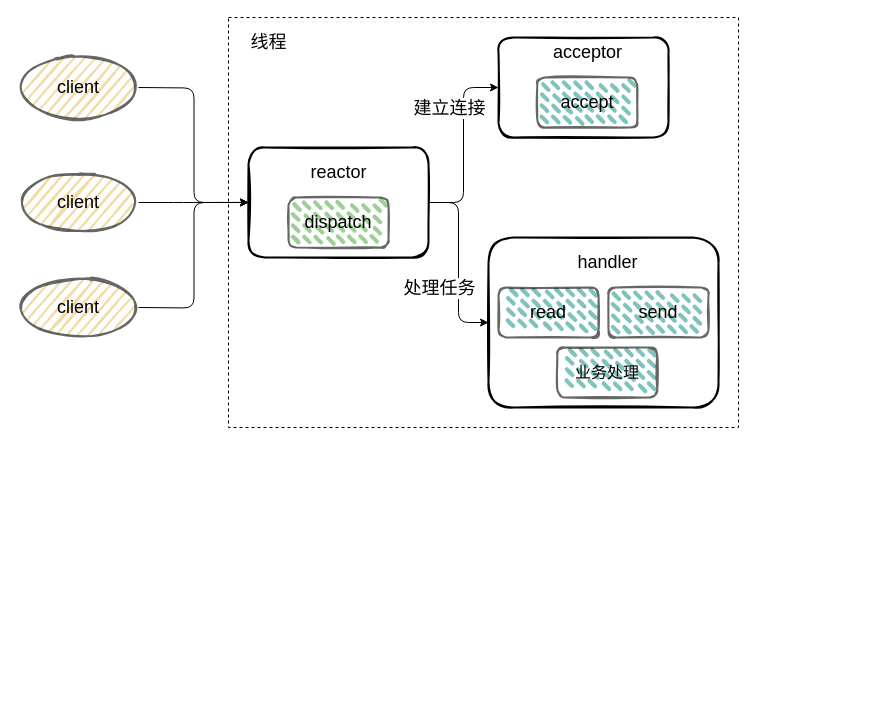
This is page "reactor-2" (2 of 29) of redis/redis.drawio from boilingfrog/Go-POINT, a draw.io file, before an edit. Source tidied: cells renumbered, new cells numbered last; positions are measured from the earlier drawing's top-left corner, leaving out a move shared by most shapes. Both pictures are drawn from the tidied source at 100%, with x=0, y=0 at pixel (18, 17).
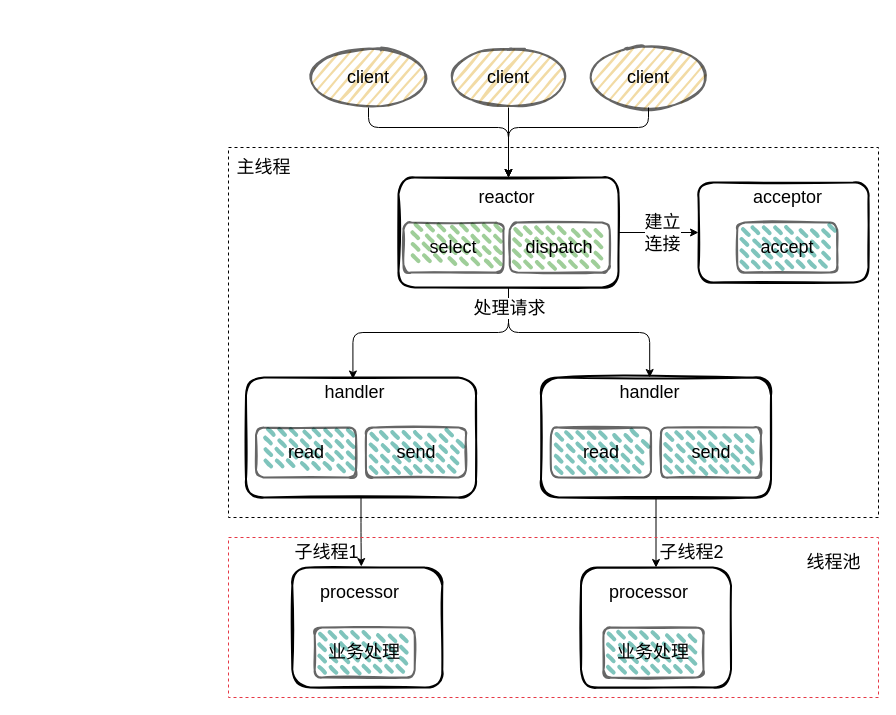
After the change.

The change refers to these unchanged cells:
```xml
<mxCell id="4" style="edgeStyle=orthogonalEdgeStyle;html=1;entryX=0;entryY=0.5;entryDx=0;entryDy=0;fontSize=18;startArrow=none;startFill=0;" parent="1" edge="1" source="8" target="16">
  <mxGeometry relative="1" as="geometry" />
</mxCell>
```

The edit, as a diff of the source:
```diff
@@
     <mxCell id="2" style="verticalLabelPosition=bottom;verticalAlign=top;html=1;shape=mxgraph.basic.rect;fillColor2=none;strokeWidth=1;size=20;indent=5;fillColor=none;dashed=1;" parent="1" vertex="1">
-      <mxGeometry x="210" width="510" height="410" as="geometry" />
+      <mxGeometry x="210" y="130" width="650" height="370" as="geometry" />
     </mxCell>
-    <mxCell id="3" style="edgeStyle=orthogonalEdgeStyle;html=1;entryX=0;entryY=0.5;entryDx=0;entryDy=0;fontSize=18;" parent="1" edge="1" target="8">
-      <mxGeometry relative="1" as="geometry">
-        <mxPoint x="120" y="70" as="sourcePoint" />
-      </mxGeometry>
-    </mxCell>
@@
-    <mxCell id="5" value="建立连接" style="edgeLabel;html=1;align=center;verticalAlign=middle;fontSize=18;" parent="4" vertex="1">
-      <mxGeometry x="0.16" y="-2" relative="1" as="geometry">
-        <mxPoint x="-17" y="-23" as="offset" />
-      </mxGeometry>
-    </mxCell>
-    <mxCell id="6" style="edgeStyle=orthogonalEdgeStyle;html=1;entryX=0;entryY=0.5;entryDx=0;entryDy=0;fontSize=18;startArrow=none;startFill=0;" parent="1" edge="1" source="8" target="17">
-      <mxGeometry relative="1" as="geometry" />
-    </mxCell>
-    <mxCell id="7" value="处理任务" style="edgeLabel;html=1;align=center;verticalAlign=middle;fontSize=18;" parent="6" vertex="1">
-      <mxGeometry x="0.3" y="-1" relative="1" as="geometry">
-        <mxPoint x="-19" y="-2" as="offset" />
-      </mxGeometry>
-    </mxCell>
+    <mxCell id="25" value="建立&lt;br&gt;连接" style="edgeLabel;html=1;align=center;verticalAlign=middle;fontSize=18;" parent="4" vertex="1">
+      <mxGeometry x="-0.2" relative="1" as="geometry">
+        <mxPoint x="11" as="offset" />
+      </mxGeometry>
+    </mxCell>
+    <mxCell id="26" style="edgeStyle=orthogonalEdgeStyle;html=1;entryX=0.478;entryY=0.05;entryDx=0;entryDy=0;entryPerimeter=0;fontSize=18;startArrow=none;startFill=0;exitX=0.5;exitY=1;exitDx=0;exitDy=0;" parent="1" edge="1" source="8" target="20">
+      <mxGeometry relative="1" as="geometry" />
+    </mxCell>
     <mxCell id="8" style="rounded=1;whiteSpace=wrap;html=1;strokeWidth=2;fillWeight=2;hachureGap=8;hachureAngle=45;fillColor=none;sketch=1;fontSize=16;fillStyle=dots;" parent="1" vertex="1">
-      <mxGeometry x="230" y="130" width="180" height="110" as="geometry" />
+      <mxGeometry x="380" y="160" width="220" height="110" as="geometry" />
     </mxCell>
-    <mxCell id="9" style="edgeStyle=orthogonalEdgeStyle;html=1;entryX=0;entryY=0.5;entryDx=0;entryDy=0;fontSize=18;" parent="1" edge="1" target="8">
-      <mxGeometry relative="1" as="geometry">
-        <mxPoint x="120" y="290" as="sourcePoint" />
-      </mxGeometry>
-    </mxCell>
+    <mxCell id="27" style="edgeStyle=orthogonalEdgeStyle;html=1;entryX=0.5;entryY=0;entryDx=0;entryDy=0;fontSize=18;startArrow=none;startFill=0;" parent="1" edge="1" source="10" target="8">
+      <mxGeometry relative="1" as="geometry">
+        <Array as="points">
+          <mxPoint x="630" y="110" />
+          <mxPoint x="490" y="110" />
+        </Array>
+      </mxGeometry>
+    </mxCell>
     <mxCell id="10" value="&lt;font style=&quot;font-size: 18px&quot;&gt;client&lt;/font&gt;" style="ellipse;whiteSpace=wrap;html=1;strokeWidth=2;fillWeight=2;hachureGap=8;fillColor=#E9C46A;fillStyle=dots;sketch=1;fontSize=16;opacity=60;" parent="1" vertex="1">
-      <mxGeometry y="40" width="120" height="60" as="geometry" />
+      <mxGeometry x="570" y="30" width="120" height="60" as="geometry" />
     </mxCell>
-    <mxCell id="11" style="edgeStyle=orthogonalEdgeStyle;html=1;entryX=0.039;entryY=0.451;entryDx=0;entryDy=0;entryPerimeter=0;fontSize=18;startArrow=none;startFill=0;" parent="1" edge="1" source="12" target="2">
-      <mxGeometry relative="1" as="geometry" />
-    </mxCell>
+    <mxCell id="28" style="edgeStyle=orthogonalEdgeStyle;html=1;entryX=0.5;entryY=0;entryDx=0;entryDy=0;fontSize=18;startArrow=none;startFill=0;" parent="1" edge="1" source="12" target="8">
+      <mxGeometry relative="1" as="geometry" />
+    </mxCell>
     <mxCell id="12" value="&lt;font style=&quot;font-size: 18px&quot;&gt;client&lt;/font&gt;" style="ellipse;whiteSpace=wrap;html=1;strokeWidth=2;fillWeight=2;hachureGap=8;fillColor=#E9C46A;fillStyle=dots;sketch=1;fontSize=16;opacity=60;" parent="1" vertex="1">
-      <mxGeometry y="155" width="120" height="60" as="geometry" />
+      <mxGeometry x="430" y="30" width="120" height="60" as="geometry" />
     </mxCell>
+    <mxCell id="29" style="edgeStyle=orthogonalEdgeStyle;html=1;entryX=0.5;entryY=0;entryDx=0;entryDy=0;fontSize=18;startArrow=none;startFill=0;" parent="1" edge="1" source="13" target="8">
+      <mxGeometry relative="1" as="geometry">
+        <Array as="points">
+          <mxPoint x="350" y="110" />
+          <mxPoint x="490" y="110" />
+        </Array>
+      </mxGeometry>
+    </mxCell>
     <mxCell id="13" value="&lt;font style=&quot;font-size: 18px&quot;&gt;client&lt;/font&gt;" style="ellipse;whiteSpace=wrap;html=1;strokeWidth=2;fillWeight=2;hachureGap=8;fillColor=#E9C46A;fillStyle=dots;sketch=1;fontSize=16;opacity=60;" parent="1" vertex="1">
-      <mxGeometry y="260" width="120" height="60" as="geometry" />
+      <mxGeometry x="290" y="30" width="120" height="60" as="geometry" />
     </mxCell>
+    <mxCell id="30" style="edgeStyle=orthogonalEdgeStyle;html=1;fontSize=18;startArrow=none;startFill=0;exitX=0.5;exitY=1;exitDx=0;exitDy=0;" parent="1" edge="1" source="8" target="35">
+      <mxGeometry relative="1" as="geometry" />
+    </mxCell>
+    <mxCell id="31" value="处理请求" style="edgeLabel;html=1;align=center;verticalAlign=middle;fontSize=18;" parent="30" vertex="1">
+      <mxGeometry x="-0.76" y="1" relative="1" as="geometry">
+        <mxPoint x="-1" y="-8" as="offset" />
+      </mxGeometry>
+    </mxCell>
     <mxCell id="14" value="&lt;font style=&quot;font-size: 18px&quot;&gt;dispatch&lt;/font&gt;" style="rounded=1;whiteSpace=wrap;html=1;fontSize=16;fillColor=#5FAD56;strokeWidth=2;fillWeight=4;hachureGap=8;fillStyle=dashed;sketch=1;hachureAngle=45;opacity=60;" parent="1" vertex="1">
-      <mxGeometry x="270" y="180" width="100" height="50" as="geometry" />
+      <mxGeometry x="491.2" y="205" width="100" height="50" as="geometry" />
     </mxCell>
     <mxCell id="15" value="reactor" style="text;html=1;align=center;verticalAlign=middle;strokeColor=none;fillColor=none;fontSize=18;" parent="1" vertex="1">
-      <mxGeometry x="285" y="140" width="70" height="30" as="geometry" />
+      <mxGeometry x="452.5" y="165" width="70" height="30" as="geometry" />
     </mxCell>
     <mxCell id="16" style="rounded=1;whiteSpace=wrap;html=1;strokeWidth=2;fillWeight=2;hachureGap=8;hachureAngle=45;fillColor=none;sketch=1;fontSize=16;fillStyle=dots;" parent="1" vertex="1">
-      <mxGeometry x="480" y="20" width="170" height="100" as="geometry" />
+      <mxGeometry x="680" y="165" width="170" height="100" as="geometry" />
     </mxCell>
+    <mxCell id="32" style="edgeStyle=orthogonalEdgeStyle;html=1;entryX=0.46;entryY=-0.008;entryDx=0;entryDy=0;entryPerimeter=0;fontSize=18;startArrow=none;startFill=0;" parent="1" edge="1" source="17" target="38">
+      <mxGeometry relative="1" as="geometry" />
+    </mxCell>
     <mxCell id="17" style="rounded=1;whiteSpace=wrap;html=1;strokeWidth=2;fillWeight=2;hachureGap=8;hachureAngle=45;fillColor=none;sketch=1;fontSize=16;fillStyle=dots;" parent="1" vertex="1">
-      <mxGeometry x="470" y="220" width="230" height="170" as="geometry" />
+      <mxGeometry x="227.5" y="360" width="230" height="120" as="geometry" />
     </mxCell>
     <mxCell id="18" value="&lt;font style=&quot;font-size: 18px&quot;&gt;accept&lt;/font&gt;" style="rounded=1;whiteSpace=wrap;html=1;fontSize=16;fillColor=#2A9D8F;strokeWidth=2;fillWeight=4;hachureGap=8;fillStyle=dashed;sketch=1;hachureAngle=45;opacity=60;" parent="1" vertex="1">
-      <mxGeometry x="518.8" y="60" width="100" height="50" as="geometry" />
+      <mxGeometry x="718.8" y="205" width="100" height="50" as="geometry" />
     </mxCell>
     <mxCell id="19" value="acceptor" style="text;html=1;align=center;verticalAlign=middle;strokeColor=none;fillColor=none;fontSize=18;" parent="1" vertex="1">
-      <mxGeometry x="528.8" y="20" width="80" height="30" as="geometry" />
+      <mxGeometry x="728.8" y="165" width="80" height="30" as="geometry" />
     </mxCell>
     <mxCell id="20" value="handler" style="text;html=1;align=center;verticalAlign=middle;points=[];strokeColor=none;fillColor=none;fontSize=18;" parent="1" vertex="1">
-      <mxGeometry x="548.8" y="230" width="80" height="30" as="geometry" />
+      <mxGeometry x="296.2" y="360" width="80" height="30" as="geometry" />
     </mxCell>
     <mxCell id="21" value="&lt;font style=&quot;font-size: 18px&quot;&gt;read&lt;/font&gt;" style="rounded=1;whiteSpace=wrap;html=1;fontSize=16;fillColor=#2A9D8F;strokeWidth=2;fillWeight=4;hachureGap=8;fillStyle=dashed;sketch=1;hachureAngle=45;opacity=60;" parent="1" vertex="1">
-      <mxGeometry x="480" y="270" width="100" height="50" as="geometry" />
+      <mxGeometry x="237.5" y="410" width="100" height="50" as="geometry" />
     </mxCell>
-    <mxCell id="22" value="业务处理" style="rounded=1;whiteSpace=wrap;html=1;fontSize=16;fillColor=#2A9D8F;strokeWidth=2;fillWeight=4;hachureGap=8;fillStyle=dashed;sketch=1;hachureAngle=45;opacity=60;" parent="1" vertex="1">
-      <mxGeometry x="538.8" y="330" width="100" height="50" as="geometry" />
-    </mxCell>
     <mxCell id="23" value="&lt;font style=&quot;font-size: 18px&quot;&gt;send&lt;/font&gt;" style="rounded=1;whiteSpace=wrap;html=1;fontSize=16;fillColor=#2A9D8F;strokeWidth=2;fillWeight=4;hachureGap=8;fillStyle=dashed;sketch=1;hachureAngle=45;opacity=60;" parent="1" vertex="1">
-      <mxGeometry x="590" y="270" width="100" height="50" as="geometry" />
+      <mxGeometry x="347.5" y="410" width="100" height="50" as="geometry" />
     </mxCell>
-    <mxCell id="24" value="线程" style="text;html=1;align=center;verticalAlign=middle;strokeColor=none;fillColor=none;fontSize=18;" parent="1" vertex="1">
-      <mxGeometry x="225" y="10" width="50" height="30" as="geometry" />
-    </mxCell>
+    <mxCell id="33" style="edgeStyle=orthogonalEdgeStyle;html=1;fontSize=18;startArrow=none;startFill=0;" parent="1" edge="1" source="34" target="41">
+      <mxGeometry relative="1" as="geometry" />
+    </mxCell>
+    <mxCell id="34" style="rounded=1;whiteSpace=wrap;html=1;strokeWidth=2;fillWeight=2;hachureGap=8;hachureAngle=45;fillColor=none;sketch=1;fontSize=16;fillStyle=dots;" parent="1" vertex="1">
+      <mxGeometry x="522.5" y="360" width="230" height="120" as="geometry" />
+    </mxCell>
+    <mxCell id="35" value="handler" style="text;html=1;align=center;verticalAlign=middle;points=[];strokeColor=none;fillColor=none;fontSize=18;" parent="1" vertex="1">
+      <mxGeometry x="591.2" y="360" width="80" height="30" as="geometry" />
+    </mxCell>
+    <mxCell id="36" value="&lt;font style=&quot;font-size: 18px&quot;&gt;read&lt;/font&gt;" style="rounded=1;whiteSpace=wrap;html=1;fontSize=16;fillColor=#2A9D8F;strokeWidth=2;fillWeight=4;hachureGap=8;fillStyle=dashed;sketch=1;hachureAngle=45;opacity=60;" parent="1" vertex="1">
+      <mxGeometry x="532.5" y="410" width="100" height="50" as="geometry" />
+    </mxCell>
+    <mxCell id="37" value="&lt;font style=&quot;font-size: 18px&quot;&gt;send&lt;/font&gt;" style="rounded=1;whiteSpace=wrap;html=1;fontSize=16;fillColor=#2A9D8F;strokeWidth=2;fillWeight=4;hachureGap=8;fillStyle=dashed;sketch=1;hachureAngle=45;opacity=60;" parent="1" vertex="1">
+      <mxGeometry x="642.5" y="410" width="100" height="50" as="geometry" />
+    </mxCell>
+    <mxCell id="38" style="rounded=1;whiteSpace=wrap;html=1;strokeWidth=2;fillWeight=2;hachureGap=8;hachureAngle=45;fillColor=none;sketch=1;fontSize=16;fillStyle=dots;" parent="1" vertex="1">
+      <mxGeometry x="273.8" y="550" width="150" height="120" as="geometry" />
+    </mxCell>
+    <mxCell id="39" value="&lt;font style=&quot;font-size: 18px&quot;&gt;业务处理&lt;/font&gt;" style="rounded=1;whiteSpace=wrap;html=1;fontSize=16;fillColor=#2A9D8F;strokeWidth=2;fillWeight=4;hachureGap=8;fillStyle=dashed;sketch=1;hachureAngle=45;opacity=60;" parent="1" vertex="1">
+      <mxGeometry x="296.2" y="610" width="100" height="50" as="geometry" />
+    </mxCell>
+    <mxCell id="40" value="processor" style="text;html=1;align=center;verticalAlign=middle;strokeColor=none;fillColor=none;fontSize=18;" parent="1" vertex="1">
+      <mxGeometry x="296.2" y="560" width="90" height="30" as="geometry" />
+    </mxCell>
+    <mxCell id="41" style="rounded=1;whiteSpace=wrap;html=1;strokeWidth=2;fillWeight=2;hachureGap=8;hachureAngle=45;fillColor=none;sketch=1;fontSize=16;fillStyle=dots;" parent="1" vertex="1">
+      <mxGeometry x="562.5" y="550" width="150" height="120" as="geometry" />
+    </mxCell>
+    <mxCell id="42" value="&lt;font style=&quot;font-size: 18px&quot;&gt;业务处理&lt;/font&gt;" style="rounded=1;whiteSpace=wrap;html=1;fontSize=16;fillColor=#2A9D8F;strokeWidth=2;fillWeight=4;hachureGap=8;fillStyle=dashed;sketch=1;hachureAngle=45;opacity=60;" parent="1" vertex="1">
+      <mxGeometry x="585" y="610" width="100" height="50" as="geometry" />
+    </mxCell>
+    <mxCell id="43" value="processor" style="text;html=1;align=center;verticalAlign=middle;strokeColor=none;fillColor=none;fontSize=18;" parent="1" vertex="1">
+      <mxGeometry x="585" y="560" width="90" height="30" as="geometry" />
+    </mxCell>
+    <mxCell id="44" value="子线程1" style="text;html=1;align=center;verticalAlign=middle;strokeColor=none;fillColor=none;fontSize=18;" parent="1" vertex="1">
+      <mxGeometry x="267.5" y="520" width="80" height="30" as="geometry" />
+    </mxCell>
+    <mxCell id="45" value="子线程2" style="text;html=1;align=center;verticalAlign=middle;strokeColor=none;fillColor=none;fontSize=18;" parent="1" vertex="1">
+      <mxGeometry x="632.5" y="520" width="80" height="30" as="geometry" />
+    </mxCell>
+    <mxCell id="46" value="主线程" style="text;html=1;align=center;verticalAlign=middle;strokeColor=none;fillColor=none;fontSize=18;" parent="1" vertex="1">
+      <mxGeometry x="210" y="135" width="70" height="30" as="geometry" />
+    </mxCell>
+    <mxCell id="47" style="verticalLabelPosition=bottom;verticalAlign=top;html=1;shape=mxgraph.basic.rect;fillColor2=none;strokeWidth=1;size=20;indent=5;fillColor=none;dashed=1;strokeColor=#E63946;" parent="1" vertex="1">
+      <mxGeometry x="210" y="520" width="650" height="160" as="geometry" />
+    </mxCell>
+    <mxCell id="48" value="线程池" style="text;html=1;align=center;verticalAlign=middle;strokeColor=none;fillColor=none;fontSize=18;" parent="1" vertex="1">
+      <mxGeometry x="780" y="530" width="70" height="30" as="geometry" />
+    </mxCell>
+    <mxCell id="49" value="&lt;font style=&quot;font-size: 18px&quot;&gt;select&lt;/font&gt;" style="rounded=1;whiteSpace=wrap;html=1;fontSize=16;fillColor=#5FAD56;strokeWidth=2;fillWeight=4;hachureGap=8;fillStyle=dashed;sketch=1;hachureAngle=45;opacity=60;" parent="1" vertex="1">
+      <mxGeometry x="385" y="205" width="100" height="50" as="geometry" />
+    </mxCell>
```
